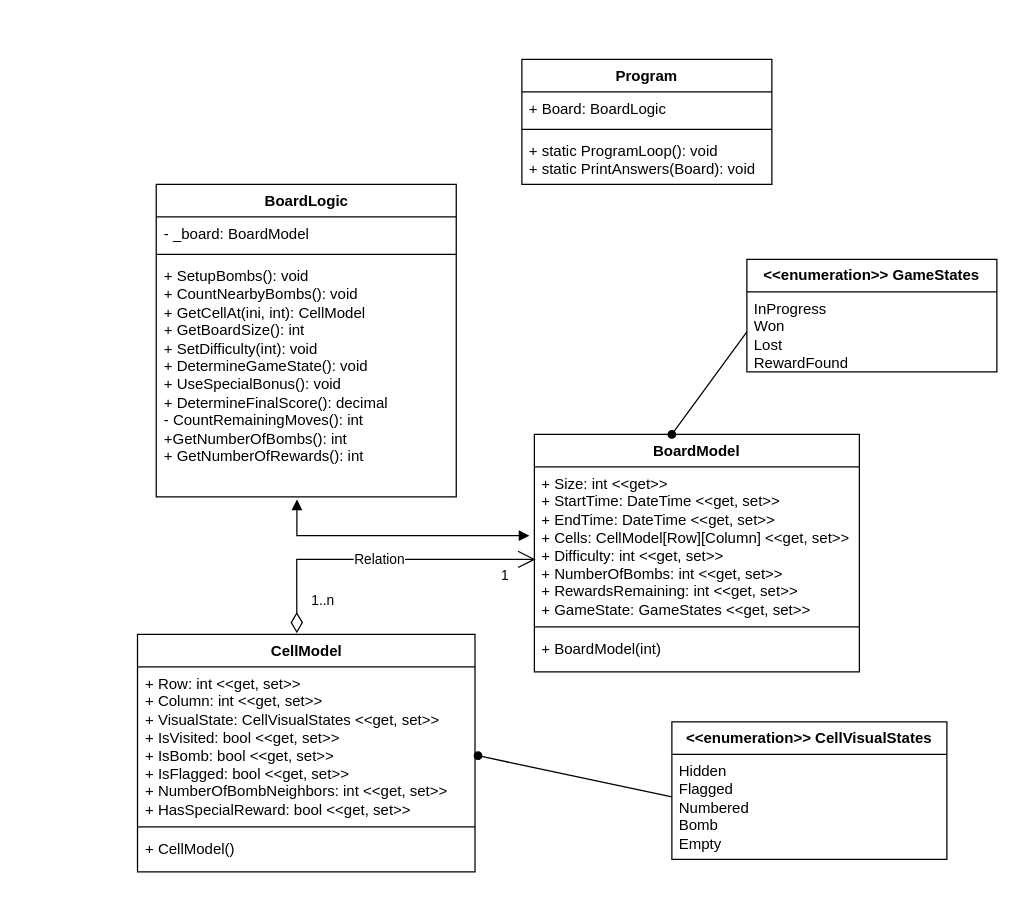
CGalloway3/CST-250-Projects keeps this draw.io diagram as Milestone2/Pictures/CST-250-Milestone1.drawio. Above is the earlier version. Source tidied: cells renumbered, new cells numbered last; positions are measured from the earlier drawing's top-left corner, leaving out a move shared by most shapes. Both pictures are drawn from the tidied source at 125%, with x=0, y=0 at pixel (136, 59).
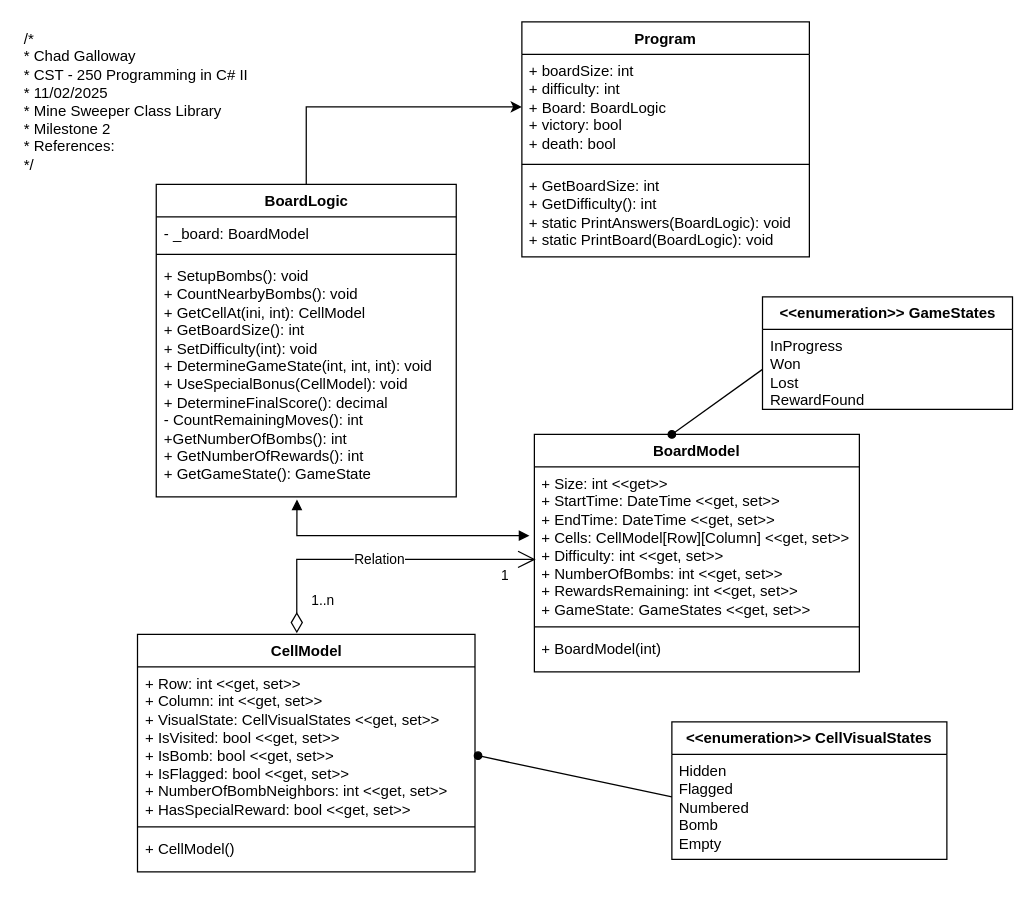
The same diagram, later.

Unchanged cells that the change refers to:
```xml
<mxCell id="10" value="BoardLogic" style="swimlane;fontStyle=1;align=center;verticalAlign=top;horizontal=1;startSize=26;whiteSpace=wrap;html=1;" parent="1" vertex="1">
  <mxGeometry x="15.5" y="100" width="240" height="250" as="geometry" />
</mxCell>
```

The edit, as a diff of the source:
```diff
@@
+    <mxCell id="28" style="edgeStyle=orthogonalEdgeStyle;rounded=0;jettySize=auto;html=1;exitX=0.5;exitY=0;exitDx=0;exitDy=0;entryX=0;entryY=0.5;entryDx=0;entryDy=0;" parent="1" edge="1" source="10" target="19">
+      <mxGeometry relative="1" as="geometry" />
+    </mxCell>
@@
-    <mxCell id="13" value="+ SetupBombs(): void&lt;div&gt;+ CountNearbyBombs(): void&lt;/div&gt;&lt;div&gt;+ GetCellAt(ini, int): CellModel&lt;/div&gt;&lt;div&gt;+ GetBoardSize(): int&lt;/div&gt;&lt;div&gt;+ SetDifficulty(int): void&lt;/div&gt;&lt;div&gt;+ DetermineGameState(): void&lt;/div&gt;&lt;div&gt;+ UseSpecialBonus(): void&lt;/div&gt;&lt;div&gt;+ DetermineFinalScore(): decimal&lt;/div&gt;&lt;div&gt;- CountRemainingMoves(): int&lt;/div&gt;&lt;div&gt;+GetNumberOfBombs(): int&lt;/div&gt;&lt;div&gt;+ GetNumberOfRewards(): int&lt;/div&gt;" style="text;strokeColor=none;fillColor=none;align=left;verticalAlign=top;spacingLeft=4;spacingRight=4;overflow=hidden;points=[[0,0.5],[1,0.5]];portConstraint=eastwest;whiteSpace=wrap;html=1;" parent="10" vertex="1">
+    <mxCell id="13" value="+ SetupBombs(): void&lt;div&gt;+ CountNearbyBombs(): void&lt;/div&gt;&lt;div&gt;+ GetCellAt(ini, int): CellModel&lt;/div&gt;&lt;div&gt;+ GetBoardSize(): int&lt;/div&gt;&lt;div&gt;+ SetDifficulty(int): void&lt;/div&gt;&lt;div&gt;+ DetermineGameState(int, int, int): void&lt;/div&gt;&lt;div&gt;+ UseSpecialBonus(CellModel): void&lt;/div&gt;&lt;div&gt;+ DetermineFinalScore(): decimal&lt;/div&gt;&lt;div&gt;- CountRemainingMoves(): int&lt;/div&gt;&lt;div&gt;+GetNumberOfBombs(): int&lt;/div&gt;&lt;div&gt;+ GetNumberOfRewards(): int&lt;/div&gt;&lt;div&gt;+ GetGameState(): GameState&lt;/div&gt;" style="text;strokeColor=none;fillColor=none;align=left;verticalAlign=top;spacingLeft=4;spacingRight=4;overflow=hidden;points=[[0,0.5],[1,0.5]];portConstraint=eastwest;whiteSpace=wrap;html=1;" parent="10" vertex="1">
       <mxGeometry y="60" width="240" height="190" as="geometry" />
     </mxCell>
     <mxCell id="14" value="&lt;b&gt;&amp;lt;&amp;lt;enumeration&amp;gt;&amp;gt; GameStates&lt;/b&gt;" style="swimlane;fontStyle=0;horizontal=1;startSize=26;fillColor=none;whiteSpace=wrap;html=1;" parent="1" vertex="1">
-      <mxGeometry x="488" y="160" width="200" height="90" as="geometry" />
+      <mxGeometry x="500.5" y="190" width="200" height="90" as="geometry" />
     </mxCell>
@@
     <mxCell id="18" value="Program" style="swimlane;fontStyle=1;align=center;verticalAlign=top;horizontal=1;startSize=26;whiteSpace=wrap;html=1;" parent="1" vertex="1">
-      <mxGeometry x="308" width="200" height="100" as="geometry" />
+      <mxGeometry x="308" y="-30" width="230" height="188" as="geometry" />
     </mxCell>
-    <mxCell id="19" value="+ Board: BoardLogic" style="text;strokeColor=none;fillColor=none;align=left;verticalAlign=top;spacingLeft=4;spacingRight=4;overflow=hidden;points=[[0,0.5],[1,0.5]];portConstraint=eastwest;whiteSpace=wrap;html=1;" parent="18" vertex="1">
-      <mxGeometry y="26" width="200" height="26" as="geometry" />
+    <mxCell id="19" value="&lt;div&gt;+ boardSize: int&lt;/div&gt;&lt;div&gt;+ difficulty: int&lt;/div&gt;+ Board: BoardLogic&lt;div&gt;+ victory: bool&lt;/div&gt;&lt;div&gt;+ death: bool&lt;/div&gt;&lt;div&gt;&lt;br&gt;&lt;/div&gt;" style="text;strokeColor=none;fillColor=none;align=left;verticalAlign=top;spacingLeft=4;spacingRight=4;overflow=hidden;points=[[0,0.5],[1,0.5]];portConstraint=eastwest;whiteSpace=wrap;html=1;" parent="18" vertex="1">
+      <mxGeometry y="26" width="230" height="84" as="geometry" />
     </mxCell>
     <mxCell id="20" style="line;strokeWidth=1;fillColor=none;align=left;verticalAlign=middle;spacingTop=-1;spacingLeft=3;spacingRight=3;labelPosition=right;strokeColor=inherit;" parent="18" vertex="1">
-      <mxGeometry y="52" width="200" height="8" as="geometry" />
+      <mxGeometry y="110" width="230" height="8" as="geometry" />
     </mxCell>
-    <mxCell id="21" value="+ static ProgramLoop(): void&lt;div&gt;+ static PrintAnswers(Board): void&lt;/div&gt;" style="text;strokeColor=none;fillColor=none;align=left;verticalAlign=top;spacingLeft=4;spacingRight=4;overflow=hidden;whiteSpace=wrap;html=1;" parent="18" vertex="1">
-      <mxGeometry y="60" width="200" height="40" as="geometry" />
+    <mxCell id="21" value="+ GetBoardSize: int&lt;div&gt;+ GetDifficulty(): int&lt;br&gt;&lt;div&gt;+ static PrintAnswers(BoardLogic): void&lt;/div&gt;&lt;/div&gt;&lt;div&gt;+ static PrintBoard(BoardLogic): void&lt;/div&gt;" style="text;strokeColor=none;fillColor=none;align=left;verticalAlign=top;spacingLeft=4;spacingRight=4;overflow=hidden;whiteSpace=wrap;html=1;" parent="18" vertex="1">
+      <mxGeometry y="118" width="230" height="70" as="geometry" />
     </mxCell>
@@
+    <mxCell id="29" value="/*&lt;br&gt; * Chad Galloway&lt;br&gt; * CST - 250 Programming in C# II&lt;br&gt; * 11/02/2025&lt;br&gt; * Mine Sweeper Class Library&lt;br&gt; * Milestone 2&lt;br&gt; * References:&lt;br&gt; */" style="text;whiteSpace=wrap;html=1;" parent="1" vertex="1">
+      <mxGeometry x="-92" y="-30" width="210" height="140" as="geometry" />
+    </mxCell>
```
